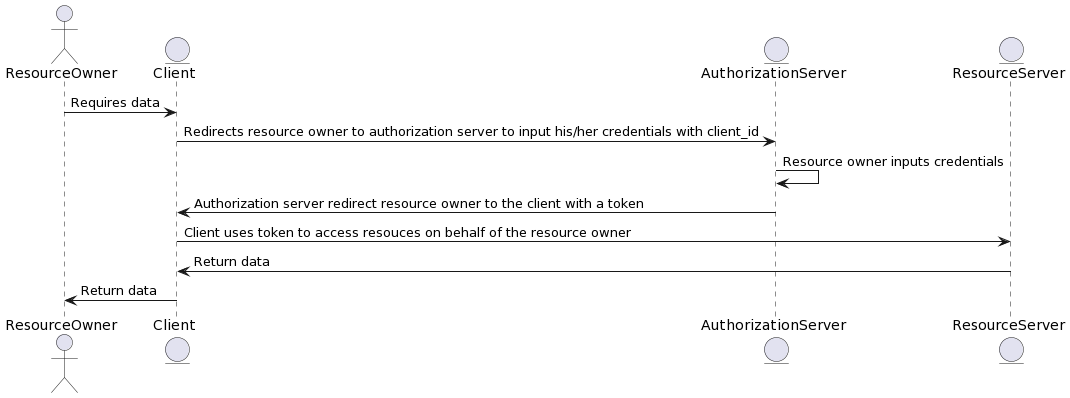
The PlantUML diagram assets/authorization-implicit-flow.png in saeedmaghdam/oauth2, before a commit.
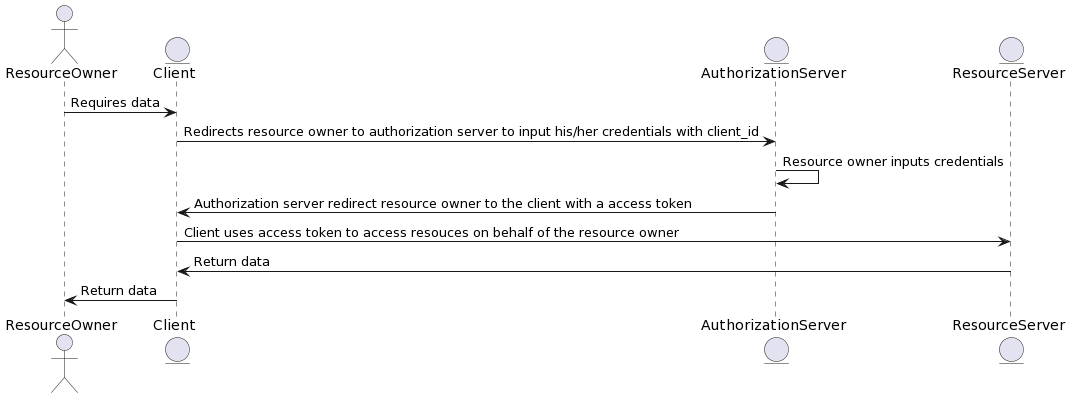
The same file after the commit.

Commit message:
added ropc + updated other diagrams

The edit, as a diff of the source:
```diff
@@ -7,8 +7,8 @@
 user        -> client               : Requires data
 client      -> idp                  : Redirects resource owner to authorization server to input his/her credentials with client_id
 idp         -> idp                  : Resource owner inputs credentials
-idp         -> client               : Authorization server redirect resource owner to the client with a token
-client      -> api                  : Client uses token to access resouces on behalf of the resource owner
+idp         -> client               : Authorization server redirect resource owner to the client with a access token
+client      -> api                  : Client uses access token to access resouces on behalf of the resource owner
 api         -> client               : Return data
 client      -> user                 : Return data
 @enduml
```
